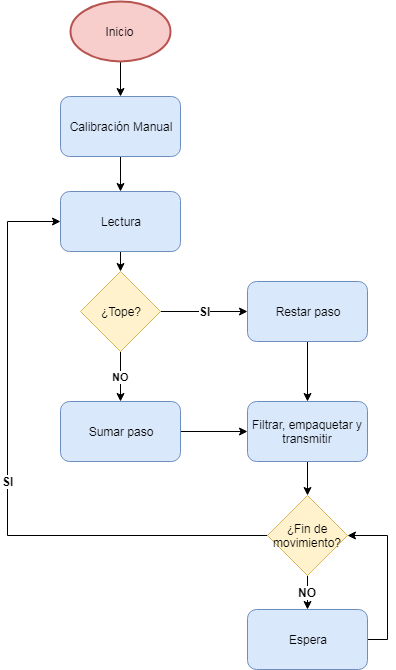
Above: docs/imagenes/Firmware_00.png in USB-EC3883-III-2019/EC3883-G11 (draw.io), before the change. Source tidied: cells renumbered, new cells last; positions are measured from the earlier drawing's top-left corner, leaving out a move shared by most shapes.
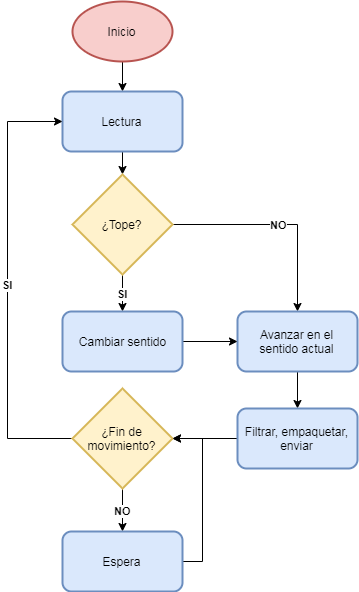
Above is the later version.

Diff of the diagram source:
```diff
@@ -2,72 +2,64 @@
   <root>
     <mxCell id="0" />
     <mxCell id="1" parent="0" />
-    <mxCell id="2" style="edgeStyle=orthogonalEdgeStyle;rounded=0;jettySize=auto;html=1;exitX=0.5;exitY=1;exitDx=0;exitDy=0;entryX=0.5;entryY=0;entryDx=0;entryDy=0;" parent="1" edge="1" target="4">
-      <mxGeometry relative="1" as="geometry">
-        <mxPoint x="113" y="60" as="sourcePoint" />
-      </mxGeometry>
-    </mxCell>
-    <mxCell id="3" style="edgeStyle=orthogonalEdgeStyle;rounded=0;jettySize=auto;html=1;exitX=0.5;exitY=1;exitDx=0;exitDy=0;entryX=0.5;entryY=0;entryDx=0;entryDy=0;" parent="1" edge="1" source="4" target="7">
-      <mxGeometry relative="1" as="geometry" />
-    </mxCell>
-    <mxCell id="4" value="Calibración Manual" style="rounded=1;whiteSpace=wrap;html=1;fillColor=#dae8fc;strokeColor=#6c8ebf;" parent="1" vertex="1">
-      <mxGeometry x="53" y="95" width="120" height="60" as="geometry" />
-    </mxCell>
+    <mxCell id="22" style="edgeStyle=orthogonalEdgeStyle;rounded=0;jettySize=auto;html=1;exitX=0.5;exitY=1;exitDx=0;exitDy=0;exitPerimeter=0;entryX=0.5;entryY=0;entryDx=0;entryDy=0;" parent="1" edge="1" source="5" target="7">
+      <mxGeometry relative="1" as="geometry" />
+    </mxCell>
     <mxCell id="5" value="Inicio" style="strokeWidth=2;html=1;shape=mxgraph.flowchart.start_1;whiteSpace=wrap;fillColor=#f8cecc;strokeColor=#b85450;" parent="1" vertex="1">
-      <mxGeometry x="63" width="100" height="60" as="geometry" />
+      <mxGeometry x="75" y="30" width="100" height="60" as="geometry" />
     </mxCell>
-    <mxCell id="6" style="edgeStyle=orthogonalEdgeStyle;rounded=0;jettySize=auto;html=1;exitX=0.5;exitY=1;exitDx=0;exitDy=0;entryX=0.5;entryY=0;entryDx=0;entryDy=0;" parent="1" edge="1" source="7" target="14">
+    <mxCell id="6" style="edgeStyle=orthogonalEdgeStyle;rounded=0;jettySize=auto;html=1;exitX=0.5;exitY=1;exitDx=0;exitDy=0;entryX=0.5;entryY=0;entryDx=0;entryDy=0;entryPerimeter=0;" parent="1" edge="1" source="7" target="14">
       <mxGeometry relative="1" as="geometry" />
     </mxCell>
-    <mxCell id="7" value="Lectura" style="rounded=1;whiteSpace=wrap;html=1;fillColor=#dae8fc;strokeColor=#6c8ebf;" parent="1" vertex="1">
-      <mxGeometry x="53" y="190" width="120" height="60" as="geometry" />
+    <mxCell id="7" value="Lectura" style="rounded=1;whiteSpace=wrap;html=1;strokeWidth=2;fillColor=#dae8fc;strokeColor=#6c8ebf;" parent="1" vertex="1">
+      <mxGeometry x="65" y="120" width="120" height="60" as="geometry" />
     </mxCell>
-    <mxCell id="8" style="edgeStyle=orthogonalEdgeStyle;rounded=0;jettySize=auto;html=1;exitX=0.5;exitY=1;exitDx=0;exitDy=0;entryX=0.5;entryY=0;entryDx=0;entryDy=0;" parent="1" edge="1" source="9" target="16">
-      <mxGeometry relative="1" as="geometry" />
-    </mxCell>
-    <mxCell id="9" value="Restar paso" style="rounded=1;whiteSpace=wrap;html=1;fillColor=#dae8fc;strokeColor=#6c8ebf;" parent="1" vertex="1">
-      <mxGeometry x="240" y="280" width="120" height="60" as="geometry" />
-    </mxCell>
-    <mxCell id="10" style="edgeStyle=orthogonalEdgeStyle;rounded=0;jettySize=auto;html=1;exitX=1;exitY=0.5;exitDx=0;exitDy=0;entryX=0;entryY=0.5;entryDx=0;entryDy=0;" parent="1" edge="1" source="11" target="16">
-      <mxGeometry relative="1" as="geometry" />
-    </mxCell>
-    <mxCell id="11" value="Sumar paso" style="rounded=1;whiteSpace=wrap;html=1;fillColor=#dae8fc;strokeColor=#6c8ebf;" parent="1" vertex="1">
-      <mxGeometry x="53" y="400" width="120" height="60" as="geometry" />
-    </mxCell>
-    <mxCell id="12" value="&lt;font style=&quot;font-size: 12px&quot;&gt;&lt;b&gt;SI&lt;/b&gt;&lt;/font&gt;" style="edgeStyle=orthogonalEdgeStyle;rounded=0;jettySize=auto;html=1;exitX=1;exitY=0.5;exitDx=0;exitDy=0;entryX=0;entryY=0.5;entryDx=0;entryDy=0;" parent="1" edge="1" source="14" target="9">
-      <mxGeometry relative="1" as="geometry" />
-    </mxCell>
-    <mxCell id="13" value="&lt;b&gt;NO&lt;/b&gt;" style="edgeStyle=orthogonalEdgeStyle;rounded=0;jettySize=auto;html=1;exitX=0.5;exitY=1;exitDx=0;exitDy=0;entryX=0.5;entryY=0;entryDx=0;entryDy=0;" parent="1" edge="1" source="14" target="11">
-      <mxGeometry relative="1" as="geometry" />
-    </mxCell>
+    <mxCell id="23" value="&lt;b&gt;SI&lt;/b&gt;" style="edgeStyle=orthogonalEdgeStyle;rounded=0;jettySize=auto;html=1;exitX=0.5;exitY=1;exitDx=0;exitDy=0;exitPerimeter=0;entryX=0.5;entryY=0;entryDx=0;entryDy=0;" parent="1" edge="1" source="14" target="28">
+      <mxGeometry relative="1" as="geometry" />
+    </mxCell>
+    <mxCell id="24" value="NO" style="edgeStyle=orthogonalEdgeStyle;rounded=0;jettySize=auto;html=1;entryX=0.5;entryY=0;entryDx=0;entryDy=0;fontStyle=1;" parent="1" edge="1" source="14" target="26">
+      <mxGeometry relative="1" as="geometry" />
+    </mxCell>
-    <mxCell id="14" value="¿Tope?" style="rhombus;whiteSpace=wrap;html=1;fillColor=#fff2cc;strokeColor=#d6b656;" parent="1" vertex="1">
-      <mxGeometry x="73" y="270" width="80" height="80" as="geometry" />
+    <mxCell id="14" value="¿Tope?" style="strokeWidth=2;html=1;shape=mxgraph.flowchart.decision;whiteSpace=wrap;fillColor=#fff2cc;strokeColor=#d6b656;" parent="1" vertex="1">
+      <mxGeometry x="75" y="203" width="100" height="100" as="geometry" />
     </mxCell>
-    <mxCell id="15" style="edgeStyle=orthogonalEdgeStyle;rounded=0;jettySize=auto;html=1;" parent="1" edge="1" source="16" target="19">
-      <mxGeometry relative="1" as="geometry" />
-    </mxCell>
-    <mxCell id="16" value="Filtrar, empaquetar y transmitir" style="rounded=1;whiteSpace=wrap;html=1;fillColor=#dae8fc;strokeColor=#6c8ebf;" parent="1" vertex="1">
-      <mxGeometry x="240" y="400" width="120" height="60" as="geometry" />
-    </mxCell>
+    <mxCell id="25" style="edgeStyle=orthogonalEdgeStyle;rounded=0;jettySize=auto;html=1;" parent="1" edge="1" source="26" target="30">
+      <mxGeometry relative="1" as="geometry" />
+    </mxCell>
+    <mxCell id="26" value="Avanzar en el sentido actual" style="rounded=1;whiteSpace=wrap;html=1;strokeWidth=2;fillColor=#dae8fc;strokeColor=#6c8ebf;" parent="1" vertex="1">
+      <mxGeometry x="240" y="340" width="120" height="60" as="geometry" />
+    </mxCell>
+    <mxCell id="27" style="edgeStyle=orthogonalEdgeStyle;rounded=0;jettySize=auto;html=1;" parent="1" edge="1" source="28" target="26">
+      <mxGeometry relative="1" as="geometry" />
+    </mxCell>
+    <mxCell id="28" value="Cambiar sentido" style="rounded=1;whiteSpace=wrap;html=1;strokeWidth=2;fillColor=#dae8fc;strokeColor=#6c8ebf;" parent="1" vertex="1">
+      <mxGeometry x="65" y="340" width="120" height="60" as="geometry" />
+    </mxCell>
+    <mxCell id="29" style="edgeStyle=orthogonalEdgeStyle;rounded=0;jettySize=auto;html=1;" parent="1" edge="1" source="30" target="19">
+      <mxGeometry relative="1" as="geometry" />
+    </mxCell>
+    <mxCell id="30" value="Filtrar, empaquetar, enviar" style="rounded=1;whiteSpace=wrap;html=1;strokeWidth=2;fillColor=#dae8fc;strokeColor=#6c8ebf;" parent="1" vertex="1">
+      <mxGeometry x="240" y="437" width="120" height="60" as="geometry" />
+    </mxCell>
-    <mxCell id="17" value="&lt;b&gt;&lt;font style=&quot;font-size: 12px&quot;&gt;SI&lt;/font&gt;&lt;/b&gt;" style="edgeStyle=orthogonalEdgeStyle;rounded=0;jettySize=auto;html=1;exitX=0;exitY=0.5;exitDx=0;exitDy=0;entryX=0;entryY=0.5;entryDx=0;entryDy=0;" parent="1" edge="1" source="19" target="7">
+    <mxCell id="17" value="SI" style="edgeStyle=orthogonalEdgeStyle;rounded=0;jettySize=auto;html=1;entryX=0;entryY=0.5;entryDx=0;entryDy=0;fontStyle=1;" parent="1" edge="1" source="19" target="7">
       <mxGeometry relative="1" as="geometry">
         <Array as="points">
-          <mxPoint y="534" />
-          <mxPoint y="220" />
+          <mxPoint x="10" y="467" />
+          <mxPoint x="10" y="150" />
         </Array>
       </mxGeometry>
     </mxCell>
-    <mxCell id="18" value="&lt;b&gt;&lt;font style=&quot;font-size: 12px&quot;&gt;NO&lt;/font&gt;&lt;/b&gt;" style="edgeStyle=orthogonalEdgeStyle;rounded=0;jettySize=auto;html=1;exitX=0.5;exitY=1;exitDx=0;exitDy=0;entryX=0.5;entryY=0;entryDx=0;entryDy=0;" parent="1" edge="1" source="19" target="21">
+    <mxCell id="18" value="NO" style="edgeStyle=orthogonalEdgeStyle;rounded=0;jettySize=auto;html=1;fontStyle=1;" parent="1" edge="1" source="19" target="21">
       <mxGeometry relative="1" as="geometry" />
     </mxCell>
-    <mxCell id="19" value="¿Fin de movimiento?" style="rhombus;whiteSpace=wrap;html=1;fillColor=#fff2cc;strokeColor=#d6b656;" parent="1" vertex="1">
-      <mxGeometry x="260" y="494" width="80" height="80" as="geometry" />
+    <mxCell id="19" value="¿Fin de movimiento?" style="strokeWidth=2;html=1;shape=mxgraph.flowchart.decision;whiteSpace=wrap;fillColor=#fff2cc;strokeColor=#d6b656;" parent="1" vertex="1">
+      <mxGeometry x="75" y="417" width="100" height="100" as="geometry" />
     </mxCell>
-    <mxCell id="20" style="edgeStyle=orthogonalEdgeStyle;rounded=0;jettySize=auto;html=1;exitX=1;exitY=0.5;exitDx=0;exitDy=0;entryX=1;entryY=0.5;entryDx=0;entryDy=0;" parent="1" edge="1" source="21" target="19">
+    <mxCell id="20" style="edgeStyle=orthogonalEdgeStyle;rounded=0;jettySize=auto;html=1;exitX=1;exitY=0.5;exitDx=0;exitDy=0;entryX=1;entryY=0.5;entryDx=0;entryDy=0;entryPerimeter=0;" parent="1" edge="1" source="21" target="19">
       <mxGeometry relative="1" as="geometry" />
     </mxCell>
-    <mxCell id="21" value="Espera" style="rounded=1;whiteSpace=wrap;html=1;fillColor=#dae8fc;strokeColor=#6c8ebf;" parent="1" vertex="1">
-      <mxGeometry x="240" y="608" width="120" height="60" as="geometry" />
+    <mxCell id="21" value="Espera" style="rounded=1;whiteSpace=wrap;html=1;strokeWidth=2;fillColor=#dae8fc;strokeColor=#6c8ebf;" parent="1" vertex="1">
+      <mxGeometry x="65" y="560" width="120" height="60" as="geometry" />
     </mxCell>
   </root>
 </mxGraphModel>
```
